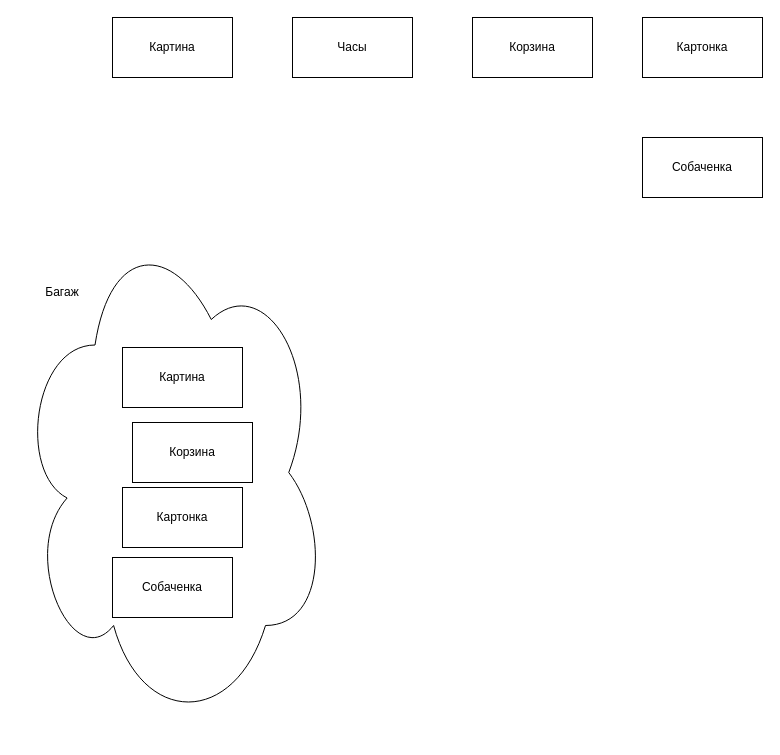
Above: page "Сторінка-2" (2 of 2) of Java.drawio in ninydev/pvu111 (draw.io), before the change. Source tidied: cells renumbered, new cells numbered last; positions are measured from the earlier drawing's top-left corner, leaving out a move shared by most shapes. Both pictures are drawn from the tidied source at 100%, with x=0, y=0 at pixel (17, 17).
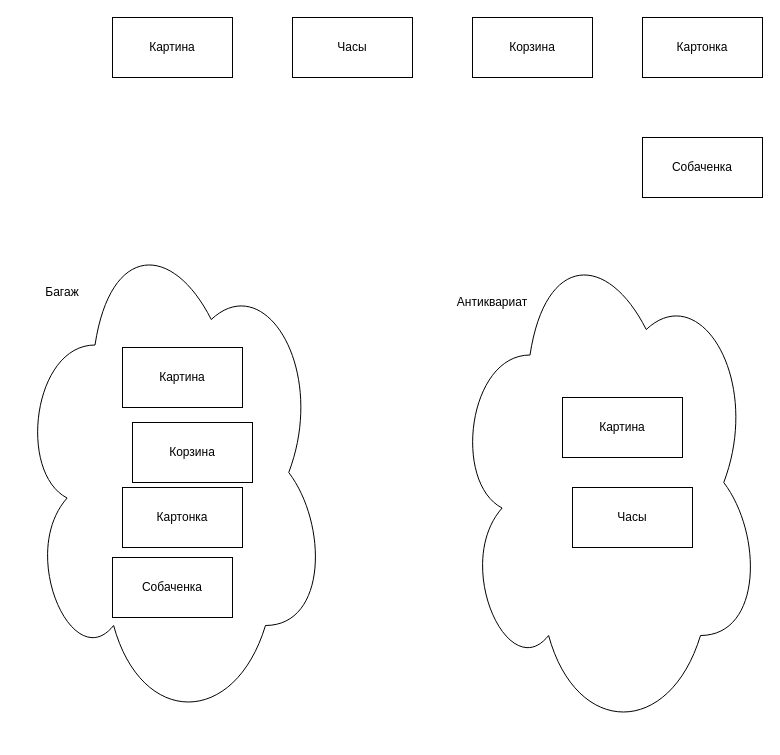
Above is the later version.

Commit message (it also covers changes not shown here):
Java :: Collections Type

Diff of the diagram source:
```diff
@@
 <mxGraphModel>
   <root>
     <mxCell id="0" />
     <mxCell id="1" parent="0" />
     <mxCell id="2" value="Картина" style="rounded=0;whiteSpace=wrap;html=1;" parent="1" vertex="1">
       <mxGeometry x="95" width="120" height="60" as="geometry" />
     </mxCell>
     <mxCell id="3" value="Часы" style="rounded=0;whiteSpace=wrap;html=1;" parent="1" vertex="1">
       <mxGeometry x="275" width="120" height="60" as="geometry" />
     </mxCell>
     <mxCell id="4" value="Корзина" style="rounded=0;whiteSpace=wrap;html=1;" parent="1" vertex="1">
       <mxGeometry x="455" width="120" height="60" as="geometry" />
     </mxCell>
     <mxCell id="5" value="Картонка" style="rounded=0;whiteSpace=wrap;html=1;" parent="1" vertex="1">
       <mxGeometry x="625" width="120" height="60" as="geometry" />
     </mxCell>
     <mxCell id="6" value="Собаченка" style="rounded=0;whiteSpace=wrap;html=1;" parent="1" vertex="1">
       <mxGeometry x="625" y="120" width="120" height="60" as="geometry" />
     </mxCell>
     <mxCell id="7" style="ellipse;shape=cloud;whiteSpace=wrap;html=1;" parent="1" vertex="1">
       <mxGeometry y="200" width="310" height="510" as="geometry" />
     </mxCell>
     <mxCell id="8" value="Багаж" style="text;html=1;strokeColor=none;fillColor=none;align=center;verticalAlign=middle;whiteSpace=wrap;rounded=0;" parent="1" vertex="1">
       <mxGeometry x="15" y="260" width="60" height="30" as="geometry" />
     </mxCell>
     <mxCell id="9" value="Картина" style="rounded=0;whiteSpace=wrap;html=1;" parent="1" vertex="1">
       <mxGeometry x="105" y="330" width="120" height="60" as="geometry" />
     </mxCell>
     <mxCell id="10" value="Корзина" style="rounded=0;whiteSpace=wrap;html=1;" parent="1" vertex="1">
       <mxGeometry x="115" y="405" width="120" height="60" as="geometry" />
     </mxCell>
     <mxCell id="11" value="Картонка" style="rounded=0;whiteSpace=wrap;html=1;" parent="1" vertex="1">
       <mxGeometry x="105" y="470" width="120" height="60" as="geometry" />
     </mxCell>
     <mxCell id="12" value="Собаченка" style="rounded=0;whiteSpace=wrap;html=1;" parent="1" vertex="1">
       <mxGeometry x="95" y="540" width="120" height="60" as="geometry" />
     </mxCell>
+    <mxCell id="13" style="ellipse;shape=cloud;whiteSpace=wrap;html=1;" parent="1" vertex="1">
+      <mxGeometry x="435" y="210" width="310" height="510" as="geometry" />
+    </mxCell>
+    <mxCell id="14" value="Антиквариат" style="text;html=1;strokeColor=none;fillColor=none;align=center;verticalAlign=middle;whiteSpace=wrap;rounded=0;" parent="1" vertex="1">
+      <mxGeometry x="445" y="270" width="60" height="30" as="geometry" />
+    </mxCell>
+    <mxCell id="15" value="Картина" style="rounded=0;whiteSpace=wrap;html=1;" parent="1" vertex="1">
+      <mxGeometry x="545" y="380" width="120" height="60" as="geometry" />
+    </mxCell>
+    <mxCell id="16" value="Часы" style="rounded=0;whiteSpace=wrap;html=1;" parent="1" vertex="1">
+      <mxGeometry x="555" y="470" width="120" height="60" as="geometry" />
+    </mxCell>
   </root>
 </mxGraphModel>
```
